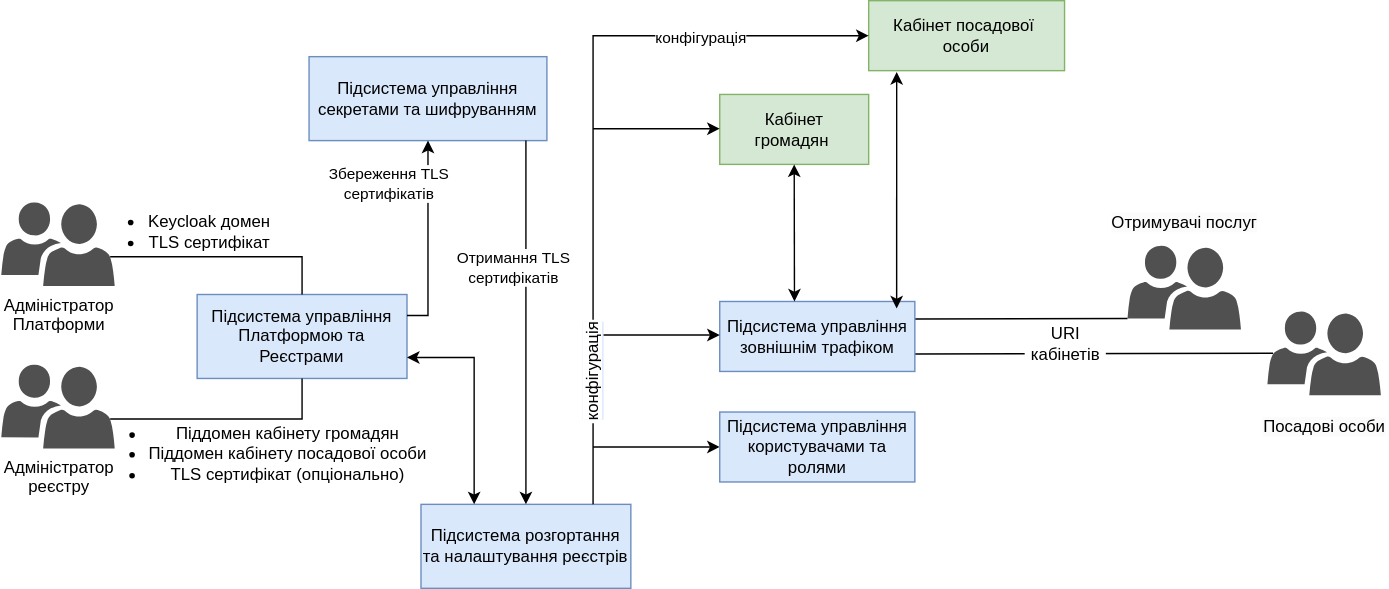
This is modules/arch/images/architecture-workspace/platform-evolution/keycloak-dns/keycloak-url-subsystem-level.svg from epam/edp-ddm-architecture, a draw.io export, as it was before one commit. Source tidied: cells renumbered, new cells last; positions are measured from the earlier drawing's top-left corner, leaving out a move shared by most shapes.
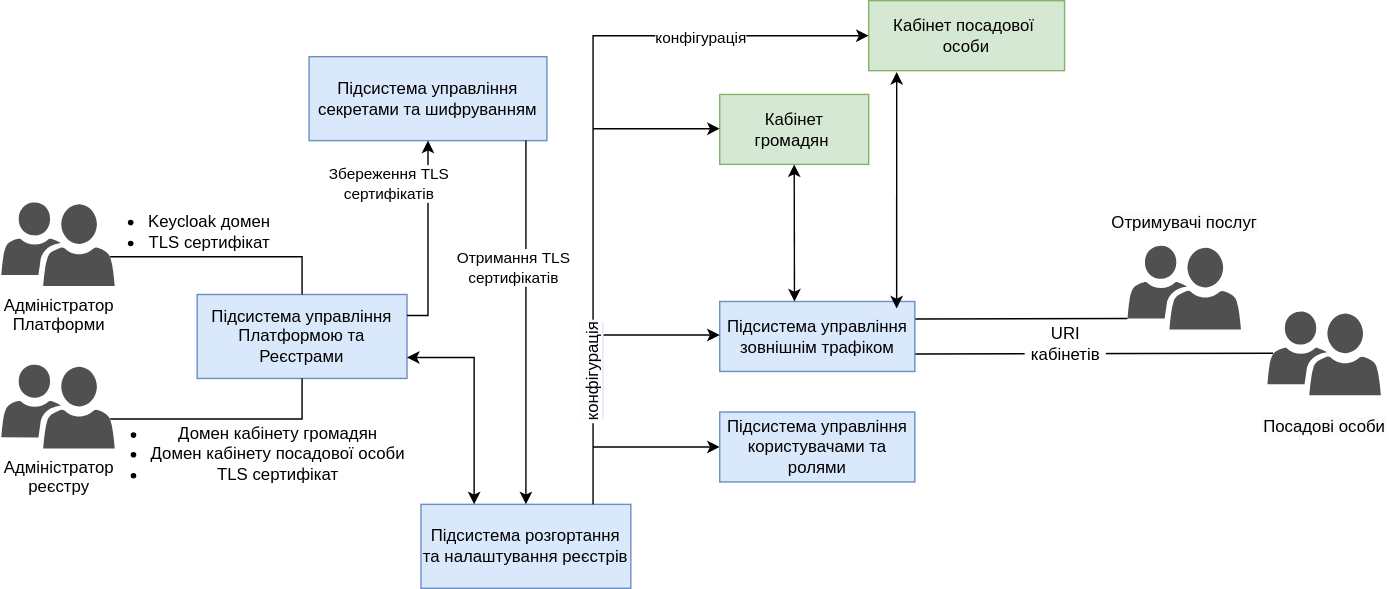
Above is the later version.

Commit message:
[EDP-DDM-22895] Update keycloak url design

Diff of the diagram source:
```diff
@@ -70,8 +70,8 @@
     <mxCell id="19" value="&lt;ul&gt;&lt;li&gt;Keycloak домен&lt;/li&gt;&lt;li&gt;TLS сертифікат&lt;/li&gt;&lt;/ul&gt;" style="text;html=1;strokeColor=none;fillColor=none;align=center;verticalAlign=middle;whiteSpace=wrap;rounded=0;" parent="1" vertex="1">
       <mxGeometry x="49" y="150" width="160" height="30" as="geometry" />
     </mxCell>
-    <mxCell id="20" value="&lt;ul&gt;&lt;li&gt;Піддомен кабінету громадян&lt;/li&gt;&lt;li&gt;Піддомен кабінету посадової особи&lt;/li&gt;&lt;li&gt;TLS сертифікат (опціонально)&lt;/li&gt;&lt;/ul&gt;" style="text;html=1;strokeColor=none;fillColor=none;align=center;verticalAlign=middle;whiteSpace=wrap;rounded=0;" parent="1" vertex="1">
-      <mxGeometry x="60" y="304" width="250" height="40" as="geometry" />
+    <mxCell id="20" value="&lt;ul&gt;&lt;li&gt;Домен кабінету громадян&lt;/li&gt;&lt;li&gt;Домен кабінету посадової особи&lt;/li&gt;&lt;li&gt;TLS сертифікат&lt;/li&gt;&lt;/ul&gt;" style="text;html=1;strokeColor=none;fillColor=none;align=center;verticalAlign=middle;whiteSpace=wrap;rounded=0;" parent="1" vertex="1">
+      <mxGeometry x="53" y="304" width="250" height="40" as="geometry" />
     </mxCell>
     <mxCell id="21" style="endArrow=classic;startArrow=classic;html=1;rounded=0;entryX=1;entryY=0.75;entryDx=0;entryDy=0;" parent="1" edge="1" target="12">
       <mxGeometry relative="1" as="geometry">
```
